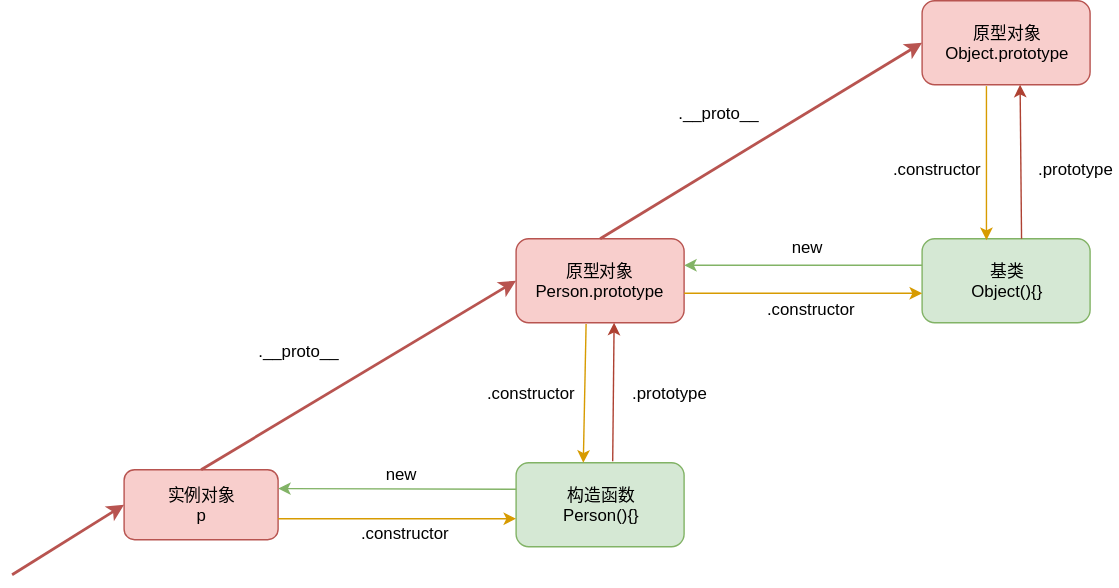
Earlier version of the draw.io export images/JavaScript/prototype-chain.svg (overnote/over-javascript). Source tidied: cells renumbered, new cells last; positions are measured from the earlier drawing's top-left corner, leaving out a move shared by most shapes. Its diagram source:
```xml
<mxGraphModel>
  <root>
    <mxCell id="0" />
    <mxCell id="1" parent="0" />
    <mxCell id="2" value="原型对象&lt;br&gt;Person.prototype" style="rounded=1;whiteSpace=wrap;html=1;fillColor=#f8cecc;strokeColor=#b85450;" parent="1" vertex="1">
      <mxGeometry x="360" y="170" width="120" height="60" as="geometry" />
    </mxCell>
    <mxCell id="3" value="构造函数&lt;br&gt;Person(){}" style="rounded=1;whiteSpace=wrap;html=1;fillColor=#d5e8d4;strokeColor=#82b366;" parent="1" vertex="1">
      <mxGeometry x="360" y="330" width="120" height="60" as="geometry" />
    </mxCell>
    <mxCell id="4" value="实例对象&lt;br&gt;p" style="rounded=1;whiteSpace=wrap;html=1;fillColor=#f8cecc;strokeColor=#b85450;" parent="1" vertex="1">
      <mxGeometry x="80" y="335" width="110" height="50" as="geometry" />
    </mxCell>
    <mxCell id="5" style="endArrow=classic;html=1;entryX=1;entryY=0.25;entryDx=0;entryDy=0;fillColor=#d5e8d4;strokeColor=#82b366;" parent="1" edge="1">
      <mxGeometry relative="1" as="geometry">
        <mxPoint x="360" y="349" as="sourcePoint" />
        <mxPoint x="190" y="348.5" as="targetPoint" />
      </mxGeometry>
    </mxCell>
    <mxCell id="6" value="new&amp;nbsp;" style="text;html=1;strokeColor=none;fillColor=none;align=center;verticalAlign=middle;whiteSpace=wrap;rounded=0;" parent="1" vertex="1">
      <mxGeometry x="240" y="328" width="80" height="20" as="geometry" />
    </mxCell>
    <mxCell id="7" style="endArrow=classic;html=1;entryX=0;entryY=0.5;entryDx=0;entryDy=0;exitX=0.5;exitY=0;exitDx=0;exitDy=0;fillColor=#f8cecc;strokeColor=#b85450;strokeWidth=2;" parent="1" edge="1" source="4" target="2">
      <mxGeometry relative="1" as="geometry" />
    </mxCell>
    <mxCell id="8" value=".__proto__" style="text;html=1;strokeColor=none;fillColor=none;align=center;verticalAlign=middle;whiteSpace=wrap;rounded=0;" parent="1" vertex="1">
      <mxGeometry x="170" y="240" width="70" height="20" as="geometry" />
    </mxCell>
    <mxCell id="9" style="endArrow=classic;html=1;fillColor=#ffe6cc;strokeColor=#d79b00;entryX=0.4;entryY=0;entryDx=0;entryDy=0;entryPerimeter=0;" parent="1" edge="1" target="3">
      <mxGeometry relative="1" as="geometry">
        <mxPoint x="410" y="231" as="sourcePoint" />
      </mxGeometry>
    </mxCell>
    <mxCell id="10" style="endArrow=classic;html=1;fillColor=#fad9d5;strokeColor=#ae4132;exitX=0.575;exitY=-0.017;exitDx=0;exitDy=0;exitPerimeter=0;" parent="1" edge="1" source="3">
      <mxGeometry relative="1" as="geometry">
        <mxPoint x="430" y="230" as="targetPoint" />
      </mxGeometry>
    </mxCell>
    <mxCell id="11" value=".constructor" style="text;html=1;strokeColor=none;fillColor=none;align=center;verticalAlign=middle;whiteSpace=wrap;rounded=0;" parent="1" vertex="1">
      <mxGeometry x="340" y="270" width="60" height="20" as="geometry" />
    </mxCell>
    <mxCell id="12" value=".prototype" style="text;html=1;strokeColor=none;fillColor=none;align=center;verticalAlign=middle;whiteSpace=wrap;rounded=0;" parent="1" vertex="1">
      <mxGeometry x="440" y="270" width="60" height="20" as="geometry" />
    </mxCell>
    <mxCell id="13" value="原型对象&lt;br&gt;Object.prototype" style="rounded=1;whiteSpace=wrap;html=1;fillColor=#f8cecc;strokeColor=#b85450;" parent="1" vertex="1">
      <mxGeometry x="650" width="120" height="60" as="geometry" />
    </mxCell>
    <mxCell id="14" value="基类&lt;br&gt;Object(){}" style="rounded=1;whiteSpace=wrap;html=1;fillColor=#d5e8d4;strokeColor=#82b366;" parent="1" vertex="1">
      <mxGeometry x="650" y="170" width="120" height="60" as="geometry" />
    </mxCell>
    <mxCell id="15" style="endArrow=classic;html=1;entryX=1;entryY=0.25;entryDx=0;entryDy=0;exitX=0;exitY=0.25;exitDx=0;exitDy=0;fillColor=#d5e8d4;strokeColor=#82b366;" parent="1" edge="1">
      <mxGeometry relative="1" as="geometry">
        <mxPoint x="650" y="189" as="sourcePoint" />
        <mxPoint x="480" y="189" as="targetPoint" />
      </mxGeometry>
    </mxCell>
    <mxCell id="16" value="new&amp;nbsp;" style="text;html=1;strokeColor=none;fillColor=none;align=center;verticalAlign=middle;whiteSpace=wrap;rounded=0;" parent="1" vertex="1">
      <mxGeometry x="530" y="166" width="80" height="20" as="geometry" />
    </mxCell>
    <mxCell id="17" style="endArrow=classic;html=1;entryX=0;entryY=0.5;entryDx=0;entryDy=0;exitX=0.5;exitY=0;exitDx=0;exitDy=0;fillColor=#f8cecc;strokeColor=#b85450;strokeWidth=2;" parent="1" edge="1" source="2" target="13">
      <mxGeometry relative="1" as="geometry" />
    </mxCell>
    <mxCell id="18" value=".__proto__" style="text;html=1;strokeColor=none;fillColor=none;align=center;verticalAlign=middle;whiteSpace=wrap;rounded=0;" parent="1" vertex="1">
      <mxGeometry x="470" y="70" width="70" height="20" as="geometry" />
    </mxCell>
    <mxCell id="19" style="endArrow=classic;html=1;exitX=0.383;exitY=1.017;exitDx=0;exitDy=0;entryX=0.383;entryY=0.017;entryDx=0;entryDy=0;fillColor=#ffe6cc;strokeColor=#d79b00;exitPerimeter=0;entryPerimeter=0;" parent="1" edge="1" source="13" target="14">
      <mxGeometry relative="1" as="geometry" />
    </mxCell>
    <mxCell id="20" style="endArrow=classic;html=1;exitX=0.592;exitY=0;exitDx=0;exitDy=0;fillColor=#fad9d5;strokeColor=#ae4132;exitPerimeter=0;" parent="1" edge="1" source="14">
      <mxGeometry relative="1" as="geometry">
        <mxPoint x="720" y="60" as="targetPoint" />
      </mxGeometry>
    </mxCell>
    <mxCell id="21" value=".constructor" style="text;html=1;strokeColor=none;fillColor=none;align=center;verticalAlign=middle;whiteSpace=wrap;rounded=0;" parent="1" vertex="1">
      <mxGeometry x="630" y="110" width="60" height="20" as="geometry" />
    </mxCell>
    <mxCell id="22" value=".prototype" style="text;html=1;strokeColor=none;fillColor=none;align=center;verticalAlign=middle;whiteSpace=wrap;rounded=0;" parent="1" vertex="1">
      <mxGeometry x="730" y="110" width="60" height="20" as="geometry" />
    </mxCell>
    <mxCell id="23" style="endArrow=classic;html=1;fillColor=#f8cecc;strokeColor=#b85450;strokeWidth=2;" parent="1" edge="1">
      <mxGeometry relative="1" as="geometry">
        <mxPoint y="410" as="sourcePoint" />
        <mxPoint x="80" y="360" as="targetPoint" />
      </mxGeometry>
    </mxCell>
    <mxCell id="24" style="endArrow=classic;html=1;strokeWidth=1;fillColor=#ffe6cc;strokeColor=#d79b00;" parent="1" edge="1">
      <mxGeometry relative="1" as="geometry">
        <mxPoint x="190" y="370" as="sourcePoint" />
        <mxPoint x="360" y="370" as="targetPoint" />
      </mxGeometry>
    </mxCell>
    <mxCell id="25" style="endArrow=classic;html=1;strokeWidth=1;entryX=0;entryY=0.65;entryDx=0;entryDy=0;entryPerimeter=0;fillColor=#ffe6cc;strokeColor=#d79b00;" parent="1" edge="1" target="14">
      <mxGeometry relative="1" as="geometry">
        <mxPoint x="480" y="209" as="sourcePoint" />
      </mxGeometry>
    </mxCell>
    <mxCell id="26" value=".constructor" style="text;html=1;strokeColor=none;fillColor=none;align=center;verticalAlign=middle;whiteSpace=wrap;rounded=0;" parent="1" vertex="1">
      <mxGeometry x="240" y="370" width="80" height="20" as="geometry" />
    </mxCell>
    <mxCell id="27" value=".constructor" style="text;html=1;strokeColor=none;fillColor=none;align=center;verticalAlign=middle;whiteSpace=wrap;rounded=0;" parent="1" vertex="1">
      <mxGeometry x="530" y="210" width="80" height="20" as="geometry" />
    </mxCell>
  </root>
</mxGraphModel>
```
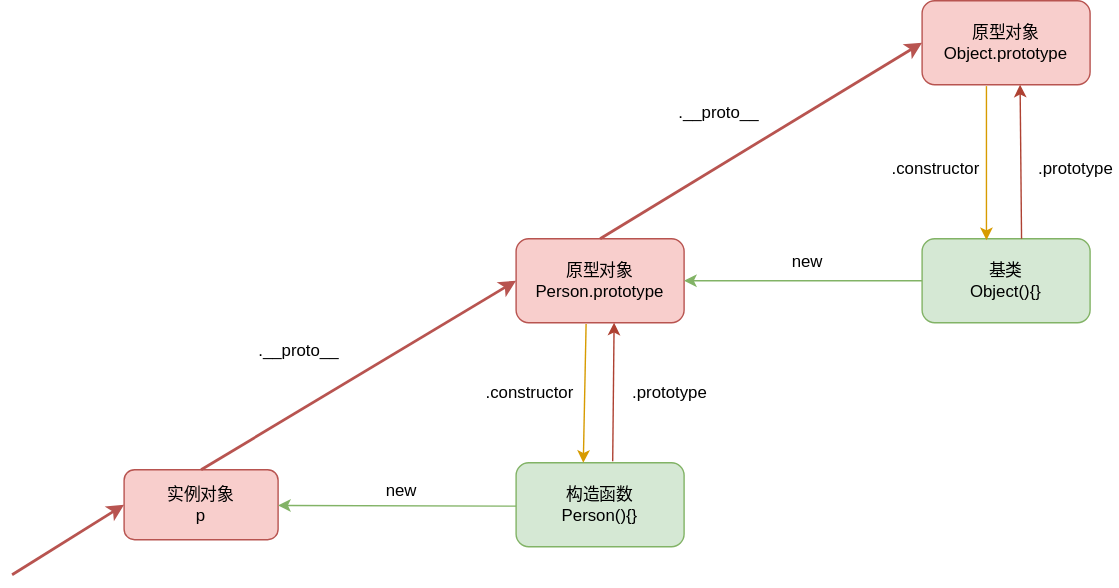
The same diagram one commit later.

Change to the diagram source:
```diff
@@ -13,12 +13,12 @@
     </mxCell>
     <mxCell id="5" style="endArrow=classic;html=1;entryX=1;entryY=0.25;entryDx=0;entryDy=0;fillColor=#d5e8d4;strokeColor=#82b366;" parent="1" edge="1">
       <mxGeometry relative="1" as="geometry">
-        <mxPoint x="360" y="349" as="sourcePoint" />
-        <mxPoint x="190" y="348.5" as="targetPoint" />
+        <mxPoint x="360" y="361" as="sourcePoint" />
+        <mxPoint x="190" y="360.5" as="targetPoint" />
       </mxGeometry>
     </mxCell>
     <mxCell id="6" value="new&amp;nbsp;" style="text;html=1;strokeColor=none;fillColor=none;align=center;verticalAlign=middle;whiteSpace=wrap;rounded=0;" parent="1" vertex="1">
-      <mxGeometry x="240" y="328" width="80" height="20" as="geometry" />
+      <mxGeometry x="240" y="340" width="80" height="20" as="geometry" />
     </mxCell>
     <mxCell id="7" style="endArrow=classic;html=1;entryX=0;entryY=0.5;entryDx=0;entryDy=0;exitX=0.5;exitY=0;exitDx=0;exitDy=0;fillColor=#f8cecc;strokeColor=#b85450;strokeWidth=2;" parent="1" edge="1" source="4" target="2">
       <mxGeometry relative="1" as="geometry" />
@@ -50,12 +50,12 @@
     </mxCell>
     <mxCell id="15" style="endArrow=classic;html=1;entryX=1;entryY=0.25;entryDx=0;entryDy=0;exitX=0;exitY=0.25;exitDx=0;exitDy=0;fillColor=#d5e8d4;strokeColor=#82b366;" parent="1" edge="1">
       <mxGeometry relative="1" as="geometry">
-        <mxPoint x="650" y="189" as="sourcePoint" />
-        <mxPoint x="480" y="189" as="targetPoint" />
+        <mxPoint x="650" y="200" as="sourcePoint" />
+        <mxPoint x="480" y="200" as="targetPoint" />
       </mxGeometry>
     </mxCell>
     <mxCell id="16" value="new&amp;nbsp;" style="text;html=1;strokeColor=none;fillColor=none;align=center;verticalAlign=middle;whiteSpace=wrap;rounded=0;" parent="1" vertex="1">
-      <mxGeometry x="530" y="166" width="80" height="20" as="geometry" />
+      <mxGeometry x="530" y="177" width="80" height="20" as="geometry" />
     </mxCell>
     <mxCell id="17" style="endArrow=classic;html=1;entryX=0;entryY=0.5;entryDx=0;entryDy=0;exitX=0.5;exitY=0;exitDx=0;exitDy=0;fillColor=#f8cecc;strokeColor=#b85450;strokeWidth=2;" parent="1" edge="1" source="2" target="13">
       <mxGeometry relative="1" as="geometry" />
@@ -83,22 +83,5 @@
         <mxPoint x="80" y="360" as="targetPoint" />
       </mxGeometry>
     </mxCell>
-    <mxCell id="24" style="endArrow=classic;html=1;strokeWidth=1;fillColor=#ffe6cc;strokeColor=#d79b00;" parent="1" edge="1">
-      <mxGeometry relative="1" as="geometry">
-        <mxPoint x="190" y="370" as="sourcePoint" />
-        <mxPoint x="360" y="370" as="targetPoint" />
-      </mxGeometry>
-    </mxCell>
-    <mxCell id="25" style="endArrow=classic;html=1;strokeWidth=1;entryX=0;entryY=0.65;entryDx=0;entryDy=0;entryPerimeter=0;fillColor=#ffe6cc;strokeColor=#d79b00;" parent="1" edge="1" target="14">
-      <mxGeometry relative="1" as="geometry">
-        <mxPoint x="480" y="209" as="sourcePoint" />
-      </mxGeometry>
-    </mxCell>
-    <mxCell id="26" value=".constructor" style="text;html=1;strokeColor=none;fillColor=none;align=center;verticalAlign=middle;whiteSpace=wrap;rounded=0;" parent="1" vertex="1">
-      <mxGeometry x="240" y="370" width="80" height="20" as="geometry" />
-    </mxCell>
-    <mxCell id="27" value=".constructor" style="text;html=1;strokeColor=none;fillColor=none;align=center;verticalAlign=middle;whiteSpace=wrap;rounded=0;" parent="1" vertex="1">
-      <mxGeometry x="530" y="210" width="80" height="20" as="geometry" />
-    </mxCell>
   </root>
 </mxGraphModel>
```
